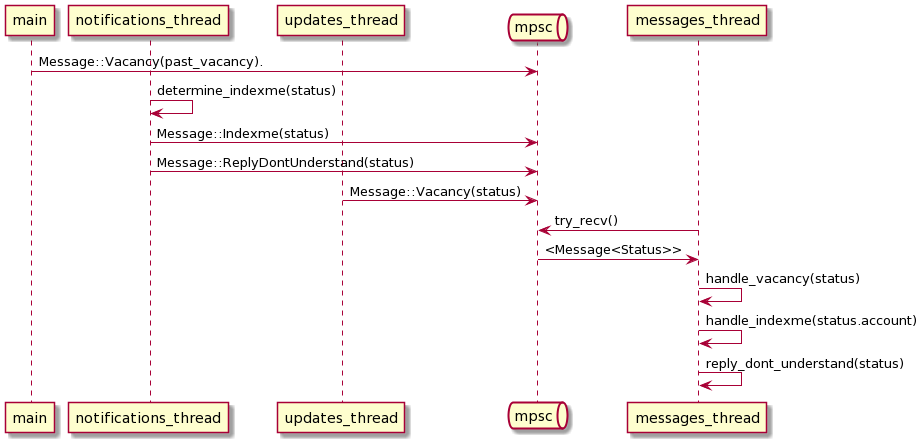
Earlier version of the PlantUML export doc/sequence_diagram.png (Flockingbird/hunter2).
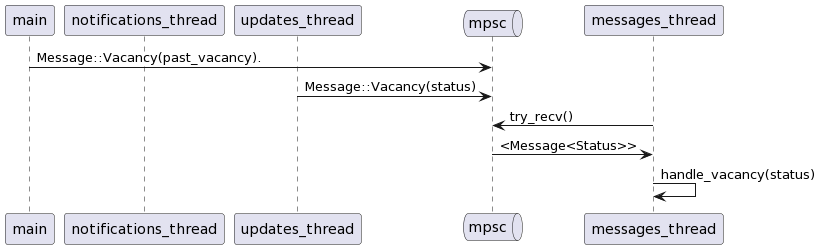
The same file after the commit.

Commit message:
Add latest version of sequence diagram to docs

The edit, as a diff of the source:
```diff
@@ -7,17 +7,10 @@
 queue mpsc as mpsc
 participant messages_thread as messages_thread
 
-
 main -> mpsc : Message::Vacancy(past_vacancy).
-notifications_thread -> notifications_thread : determine_indexme(status)
-notifications_thread -> mpsc : Message::Indexme(status)
-notifications_thread -> mpsc : Message::ReplyDontUnderstand(status)
-
 updates_thread -> mpsc : Message::Vacancy(status)
 
 messages_thread -> mpsc : try_recv()
 messages_thread <- mpsc : <Message<Status>>
 messages_thread -> messages_thread : handle_vacancy(status)
-messages_thread -> messages_thread : handle_indexme(status.account)
-messages_thread -> messages_thread : reply_dont_understand(status)
 @enduml
```
